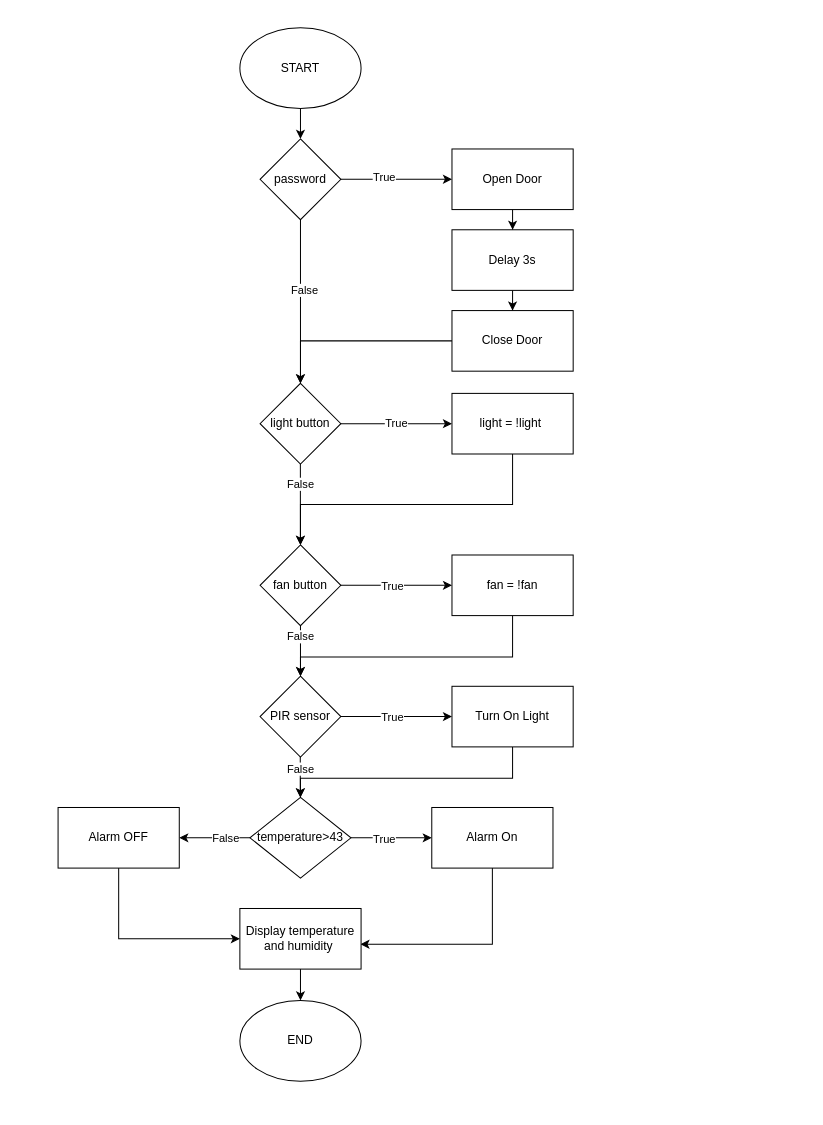
Before: luu do thuat toan/rooms/LivingRoom.drawio in ndmbka2k/DATN, a draw.io diagram. Source tidied: cells renumbered, new cells numbered last; positions are measured from the earlier drawing's top-left corner, leaving out a move shared by most shapes. Both pictures are drawn from the tidied source at 101%, with x=0, y=0 at pixel (58, 27).
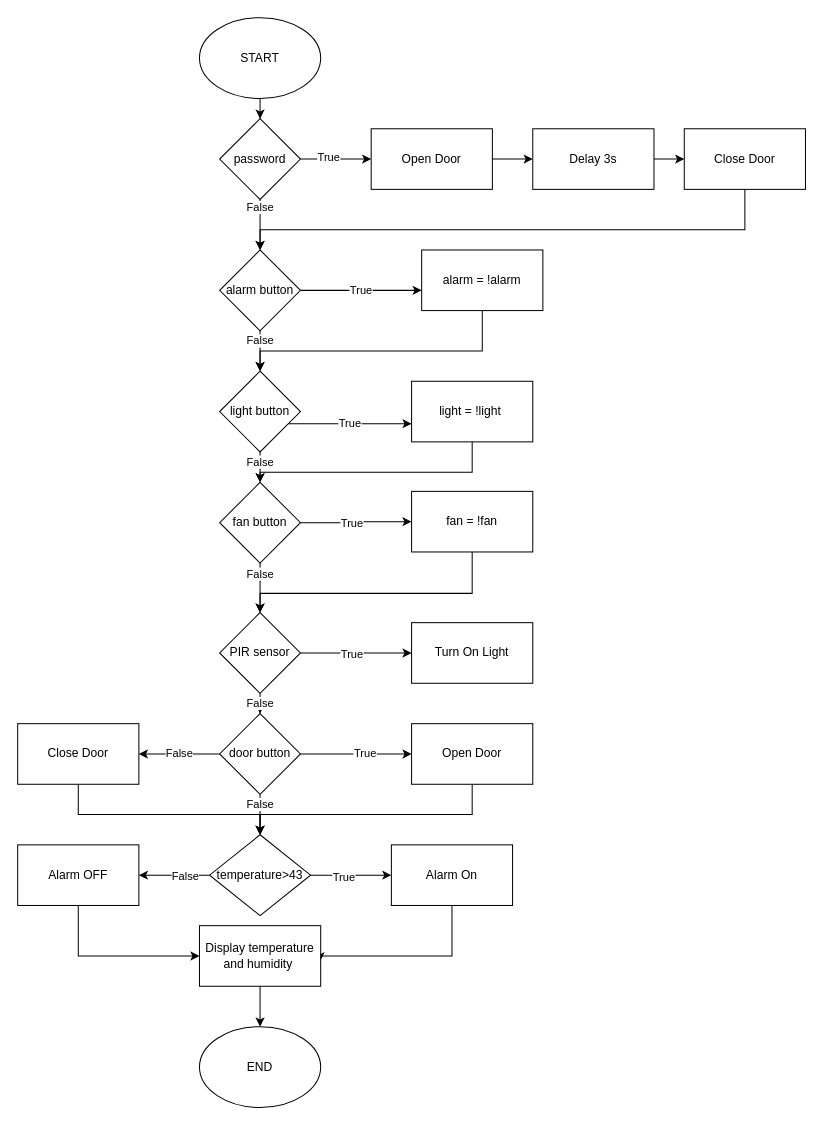
The same diagram, later.

Change to the diagram source:
```diff
@@
     <mxCell id="3" value="START" style="ellipse;whiteSpace=wrap;html=1;" parent="1" vertex="1">
-      <mxGeometry x="180" width="120" height="80" as="geometry" />
+      <mxGeometry x="140" y="-10" width="120" height="80" as="geometry" />
     </mxCell>
@@
     <mxCell id="5" value="Open Door" style="rounded=0;whiteSpace=wrap;html=1;" parent="1" vertex="1">
-      <mxGeometry x="390" y="120" width="120" height="60" as="geometry" />
+      <mxGeometry x="310" y="100" width="120" height="60" as="geometry" />
     </mxCell>
@@
     <mxCell id="7" value="Delay 3s" style="rounded=0;whiteSpace=wrap;html=1;" parent="1" vertex="1">
-      <mxGeometry x="390" y="200" width="120" height="60" as="geometry" />
+      <mxGeometry x="470" y="100" width="120" height="60" as="geometry" />
     </mxCell>
-    <mxCell id="8" style="edgeStyle=orthogonalEdgeStyle;rounded=0;jettySize=auto;html=1;entryX=0.5;entryY=0;entryDx=0;entryDy=0;" parent="1" edge="1" source="9" target="12">
-      <mxGeometry relative="1" as="geometry" />
-    </mxCell>
+    <mxCell id="45" style="edgeStyle=orthogonalEdgeStyle;rounded=0;jettySize=auto;html=1;entryX=0.5;entryY=0;entryDx=0;entryDy=0;" parent="1" edge="1" source="9" target="51">
+      <mxGeometry relative="1" as="geometry">
+        <Array as="points">
+          <mxPoint x="680" y="200" />
+          <mxPoint x="200" y="200" />
+        </Array>
+      </mxGeometry>
+    </mxCell>
     <mxCell id="9" value="Close Door" style="rounded=0;whiteSpace=wrap;html=1;" parent="1" vertex="1">
-      <mxGeometry x="390" y="280" width="120" height="60" as="geometry" />
+      <mxGeometry x="620" y="100" width="120" height="60" as="geometry" />
     </mxCell>
     <mxCell id="10" value="True" style="edgeStyle=orthogonalEdgeStyle;rounded=0;jettySize=auto;html=1;" parent="1" edge="1" source="12" target="14">
       <mxGeometry relative="1" as="geometry">
         <Array as="points">
-          <mxPoint x="380" y="392" />
-          <mxPoint x="380" y="392" />
+          <mxPoint x="340" y="392" />
+          <mxPoint x="340" y="392" />
         </Array>
       </mxGeometry>
     </mxCell>
-    <mxCell id="11" value="False" style="edgeStyle=orthogonalEdgeStyle;rounded=0;orthogonalLoop=1;jettySize=auto;html=1;" parent="1" edge="1">
-      <mxGeometry x="-0.5" relative="1" as="geometry">
-        <mxPoint x="239.9" y="432" as="sourcePoint" />
-        <mxPoint x="239.9" y="512" as="targetPoint" />
-        <Array as="points">
-          <mxPoint x="239.9" y="452" />
-          <mxPoint x="239.9" y="452" />
-        </Array>
-      </mxGeometry>
-    </mxCell>
+    <mxCell id="46" value="False" style="edgeStyle=orthogonalEdgeStyle;rounded=0;jettySize=auto;html=1;" parent="1" edge="1" source="12" target="18">
+      <mxGeometry x="-0.6" relative="1" as="geometry" />
+    </mxCell>
     <mxCell id="12" value="light button" style="rhombus;whiteSpace=wrap;html=1;" parent="1" vertex="1">
-      <mxGeometry x="200" y="352" width="80" height="80" as="geometry" />
+      <mxGeometry x="160" y="340" width="80" height="80" as="geometry" />
     </mxCell>
-    <mxCell id="13" style="edgeStyle=orthogonalEdgeStyle;rounded=0;jettySize=auto;html=1;" parent="1" edge="1" source="14" target="18">
+    <mxCell id="13" style="edgeStyle=orthogonalEdgeStyle;rounded=0;jettySize=auto;html=1;entryX=0.5;entryY=0;entryDx=0;entryDy=0;" parent="1" edge="1" source="14" target="18">
       <mxGeometry relative="1" as="geometry">
         <Array as="points">
-          <mxPoint x="450" y="472" />
-          <mxPoint x="240" y="472" />
+          <mxPoint x="410" y="440" />
+          <mxPoint x="200" y="440" />
         </Array>
       </mxGeometry>
     </mxCell>
     <mxCell id="14" value="light = !light&amp;nbsp;" style="rounded=0;whiteSpace=wrap;html=1;" parent="1" vertex="1">
-      <mxGeometry x="390" y="362" width="120" height="60" as="geometry" />
+      <mxGeometry x="350" y="350" width="120" height="60" as="geometry" />
     </mxCell>
@@
     <mxCell id="17" value="False" style="edgeStyle=orthogonalEdgeStyle;rounded=0;jettySize=auto;html=1;" parent="1" edge="1" source="18">
       <mxGeometry x="-0.56" relative="1" as="geometry">
-        <mxPoint x="240" y="642" as="targetPoint" />
+        <mxPoint x="200" y="579" as="targetPoint" />
       </mxGeometry>
     </mxCell>
     <mxCell id="18" value="fan button" style="rhombus;whiteSpace=wrap;html=1;" parent="1" vertex="1">
-      <mxGeometry x="200" y="512" width="80" height="80" as="geometry" />
+      <mxGeometry x="160" y="450" width="80" height="80" as="geometry" />
     </mxCell>
     <mxCell id="19" style="edgeStyle=orthogonalEdgeStyle;rounded=0;jettySize=auto;html=1;entryX=0.5;entryY=0;entryDx=0;entryDy=0;" parent="1" edge="1" source="20" target="40">
       <mxGeometry relative="1" as="geometry">
         <Array as="points">
-          <mxPoint x="450" y="623" />
-          <mxPoint x="240" y="623" />
+          <mxPoint x="410" y="560" />
+          <mxPoint x="200" y="560" />
         </Array>
       </mxGeometry>
     </mxCell>
     <mxCell id="20" value="fan = !fan" style="rounded=0;whiteSpace=wrap;html=1;" parent="1" vertex="1">
-      <mxGeometry x="390" y="522" width="120" height="60" as="geometry" />
+      <mxGeometry x="350" y="459" width="120" height="60" as="geometry" />
     </mxCell>
@@
-    <mxCell id="23" style="edgeStyle=orthogonalEdgeStyle;rounded=0;jettySize=auto;html=1;entryX=0.5;entryY=0;entryDx=0;entryDy=0;" parent="1" edge="1" source="25" target="12">
-      <mxGeometry relative="1" as="geometry" />
-    </mxCell>
-    <mxCell id="24" value="False" style="edgeLabel;html=1;align=center;verticalAlign=middle;" parent="23" vertex="1">
-      <mxGeometry x="-0.15" y="3" relative="1" as="geometry" />
-    </mxCell>
+    <mxCell id="47" value="False" style="edgeStyle=orthogonalEdgeStyle;rounded=0;jettySize=auto;html=1;" parent="1" edge="1" source="25" target="51">
+      <mxGeometry x="-0.67" relative="1" as="geometry" />
+    </mxCell>
     <mxCell id="25" value="password" style="rhombus;whiteSpace=wrap;html=1;" parent="1" vertex="1">
-      <mxGeometry x="200" y="110" width="80" height="80" as="geometry" />
+      <mxGeometry x="160" y="90" width="80" height="80" as="geometry" />
     </mxCell>
@@
     <mxCell id="30" value="temperature&amp;gt;43" style="rhombus;whiteSpace=wrap;html=1;" parent="1" vertex="1">
-      <mxGeometry x="190" y="762" width="100" height="80" as="geometry" />
+      <mxGeometry x="150" y="799" width="100" height="80" as="geometry" />
     </mxCell>
     <mxCell id="31" style="edgeStyle=orthogonalEdgeStyle;rounded=0;jettySize=auto;html=1;entryX=0.995;entryY=0.59;entryDx=0;entryDy=0;entryPerimeter=0;" parent="1" edge="1" source="32" target="34">
       <mxGeometry relative="1" as="geometry">
         <Array as="points">
-          <mxPoint x="430" y="907" />
+          <mxPoint x="390" y="919" />
+          <mxPoint x="259" y="919" />
         </Array>
       </mxGeometry>
     </mxCell>
     <mxCell id="32" value="Alarm On" style="whiteSpace=wrap;html=1;" parent="1" vertex="1">
-      <mxGeometry x="370" y="772" width="120" height="60" as="geometry" />
+      <mxGeometry x="330" y="809" width="120" height="60" as="geometry" />
     </mxCell>
@@
     <mxCell id="34" value="Display temperature and humidity&amp;nbsp;" style="rounded=0;whiteSpace=wrap;html=1;" parent="1" vertex="1">
-      <mxGeometry x="180" y="872" width="120" height="60" as="geometry" />
+      <mxGeometry x="140" y="889" width="120" height="60" as="geometry" />
     </mxCell>
     <mxCell id="35" value="END" style="ellipse;whiteSpace=wrap;html=1;" parent="1" vertex="1">
-      <mxGeometry x="180" y="963" width="120" height="80" as="geometry" />
+      <mxGeometry x="140" y="989" width="120" height="80" as="geometry" />
     </mxCell>
@@
-    <mxCell id="38" style="edgeStyle=orthogonalEdgeStyle;rounded=0;orthogonalLoop=1;jettySize=auto;html=1;" parent="1" edge="1">
-      <mxGeometry relative="1" as="geometry">
-        <mxPoint x="239.8" y="712" as="sourcePoint" />
-        <mxPoint x="239.8" y="762" as="targetPoint" />
-      </mxGeometry>
-    </mxCell>
-    <mxCell id="39" value="False" style="edgeLabel;html=1;align=center;verticalAlign=middle;" parent="38" vertex="1">
-      <mxGeometry x="-0.33" y="-1" relative="1" as="geometry">
-        <mxPoint x="1" y="4" as="offset" />
-      </mxGeometry>
-    </mxCell>
+    <mxCell id="48" value="False" style="edgeStyle=orthogonalEdgeStyle;rounded=0;jettySize=auto;html=1;" parent="1" edge="1" source="40" target="58">
+      <mxGeometry relative="1" as="geometry" />
+    </mxCell>
     <mxCell id="40" value="PIR sensor" style="rhombus;whiteSpace=wrap;html=1;" parent="1" vertex="1">
-      <mxGeometry x="200" y="642" width="80" height="80" as="geometry" />
+      <mxGeometry x="160" y="579" width="80" height="80" as="geometry" />
     </mxCell>
-    <mxCell id="41" style="edgeStyle=orthogonalEdgeStyle;rounded=0;jettySize=auto;html=1;entryX=0.5;entryY=0;entryDx=0;entryDy=0;" parent="1" edge="1" source="42" target="30">
-      <mxGeometry relative="1" as="geometry">
-        <Array as="points">
-          <mxPoint x="450" y="743" />
-          <mxPoint x="240" y="743" />
-        </Array>
-      </mxGeometry>
-    </mxCell>
     <mxCell id="42" value="Turn On Light" style="rounded=0;whiteSpace=wrap;html=1;" parent="1" vertex="1">
-      <mxGeometry x="390" y="652" width="120" height="60" as="geometry" />
+      <mxGeometry x="350" y="589" width="120" height="60" as="geometry" />
     </mxCell>
@@
     <mxCell id="44" value="Alarm OFF" style="rounded=0;whiteSpace=wrap;html=1;" parent="1" vertex="1">
-      <mxGeometry y="772" width="120" height="60" as="geometry" />
+      <mxGeometry x="-40" y="809" width="120" height="60" as="geometry" />
     </mxCell>
+    <mxCell id="49" value="True" style="edgeStyle=orthogonalEdgeStyle;rounded=0;jettySize=auto;html=1;" parent="1" edge="1" source="51" target="53">
+      <mxGeometry relative="1" as="geometry">
+        <Array as="points">
+          <mxPoint x="330" y="260" />
+          <mxPoint x="330" y="260" />
+        </Array>
+      </mxGeometry>
+    </mxCell>
+    <mxCell id="50" value="False" style="edgeStyle=orthogonalEdgeStyle;rounded=0;jettySize=auto;html=1;" parent="1" edge="1" source="51" target="12">
+      <mxGeometry x="-0.52" relative="1" as="geometry" />
+    </mxCell>
+    <mxCell id="51" value="alarm button" style="rhombus;whiteSpace=wrap;html=1;" parent="1" vertex="1">
+      <mxGeometry x="160" y="220" width="80" height="80" as="geometry" />
+    </mxCell>
+    <mxCell id="52" style="edgeStyle=orthogonalEdgeStyle;rounded=0;jettySize=auto;html=1;entryX=0.5;entryY=0;entryDx=0;entryDy=0;" parent="1" edge="1" source="53" target="12">
+      <mxGeometry relative="1" as="geometry">
+        <Array as="points">
+          <mxPoint x="420" y="320" />
+          <mxPoint x="200" y="320" />
+        </Array>
+      </mxGeometry>
+    </mxCell>
+    <mxCell id="53" value="alarm = !alarm" style="rounded=0;whiteSpace=wrap;html=1;" parent="1" vertex="1">
+      <mxGeometry x="360" y="220" width="120" height="60" as="geometry" />
+    </mxCell>
+    <mxCell id="54" value="False" style="edgeStyle=orthogonalEdgeStyle;rounded=0;jettySize=auto;html=1;" parent="1" edge="1" source="58" target="62">
+      <mxGeometry relative="1" as="geometry" />
+    </mxCell>
+    <mxCell id="55" style="edgeStyle=orthogonalEdgeStyle;rounded=0;jettySize=auto;html=1;" parent="1" edge="1" source="58" target="60">
+      <mxGeometry relative="1" as="geometry" />
+    </mxCell>
+    <mxCell id="56" value="True" style="edgeLabel;html=1;align=center;verticalAlign=middle;" parent="55" vertex="1">
+      <mxGeometry x="0.15" y="1" relative="1" as="geometry" />
+    </mxCell>
+    <mxCell id="57" value="False" style="edgeStyle=orthogonalEdgeStyle;rounded=0;jettySize=auto;html=1;" parent="1" edge="1" source="58">
+      <mxGeometry x="-0.5" relative="1" as="geometry">
+        <mxPoint x="200" y="799" as="targetPoint" />
+      </mxGeometry>
+    </mxCell>
+    <mxCell id="58" value="door button" style="rhombus;whiteSpace=wrap;html=1;" parent="1" vertex="1">
+      <mxGeometry x="160" y="679" width="80" height="80" as="geometry" />
+    </mxCell>
+    <mxCell id="59" style="edgeStyle=orthogonalEdgeStyle;rounded=0;jettySize=auto;html=1;entryX=0.5;entryY=0;entryDx=0;entryDy=0;" parent="1" edge="1" source="60" target="30">
+      <mxGeometry relative="1" as="geometry">
+        <Array as="points">
+          <mxPoint x="410" y="779" />
+          <mxPoint x="200" y="779" />
+        </Array>
+      </mxGeometry>
+    </mxCell>
+    <mxCell id="60" value="Open Door" style="rounded=0;whiteSpace=wrap;html=1;" parent="1" vertex="1">
+      <mxGeometry x="350" y="689" width="120" height="60" as="geometry" />
+    </mxCell>
+    <mxCell id="61" style="edgeStyle=orthogonalEdgeStyle;rounded=0;jettySize=auto;html=1;entryX=0.5;entryY=0;entryDx=0;entryDy=0;" parent="1" edge="1" source="62" target="30">
+      <mxGeometry relative="1" as="geometry">
+        <Array as="points">
+          <mxPoint x="20" y="779" />
+          <mxPoint x="200" y="779" />
+        </Array>
+      </mxGeometry>
+    </mxCell>
+    <mxCell id="62" value="Close Door" style="rounded=0;whiteSpace=wrap;html=1;" parent="1" vertex="1">
+      <mxGeometry x="-40" y="689" width="120" height="60" as="geometry" />
+    </mxCell>
```
